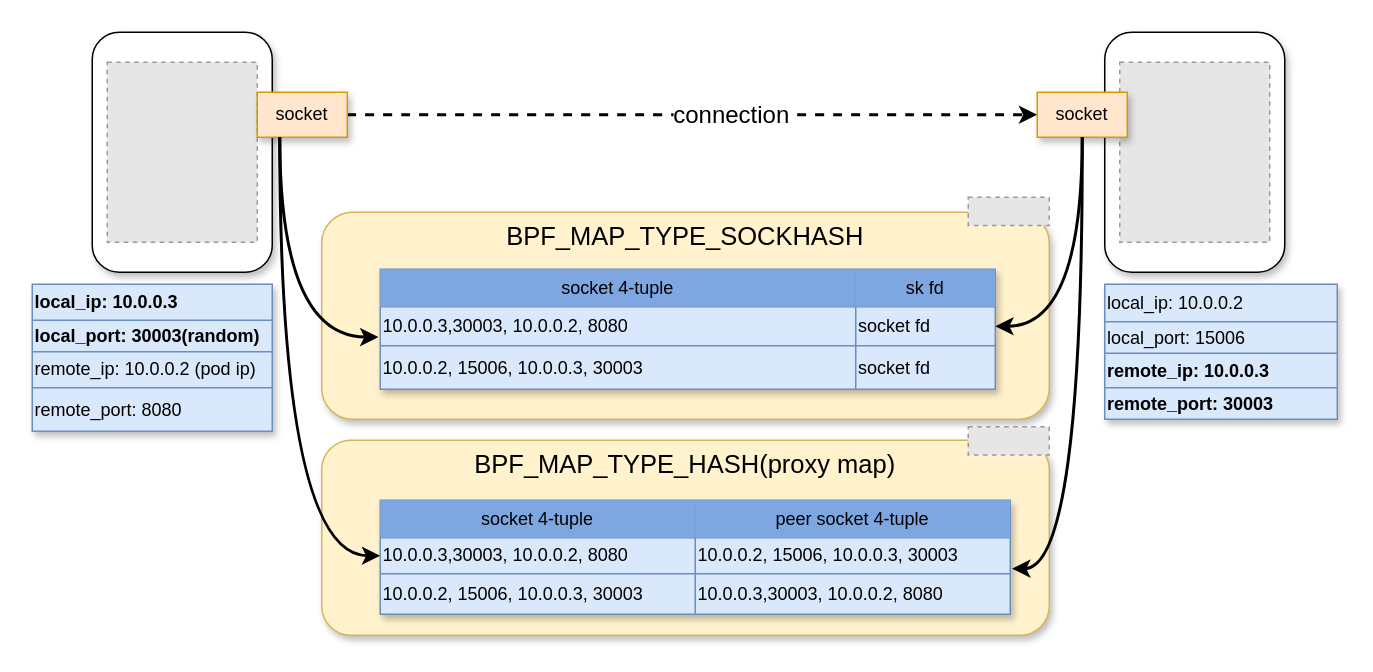
Above: istio_dataflow/ingress_egress_envoy_to_envoy/Envoy_to_envoy_accelerat.drawio in LuyaoZhong/Documents (draw.io), before the change. Source tidied: cells renumbered, new cells numbered last; positions are measured from the earlier drawing's top-left corner, leaving out a move shared by most shapes. Both pictures are drawn from the tidied source at 150%, with x=0, y=0 at pixel (32, 32). Pictures stored in the file or linked from it are replaced by grey dashed boxes.
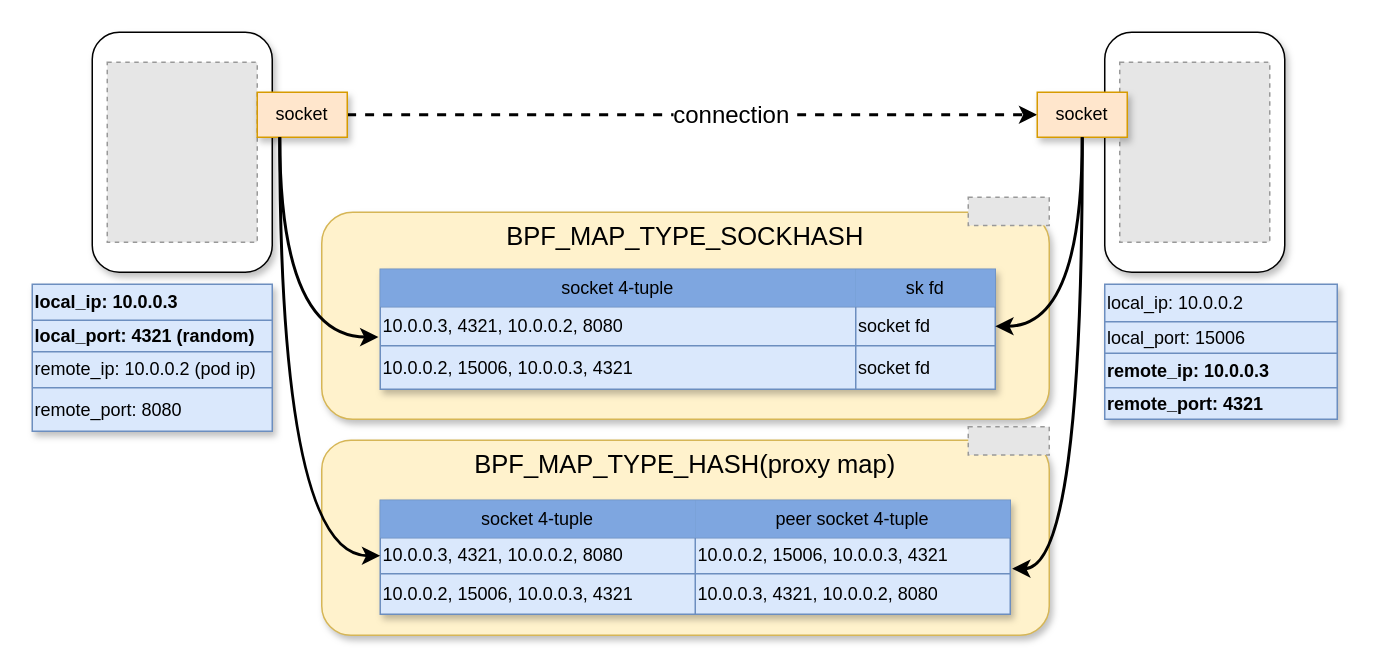
Above is the later version.

The change refers to these unchanged cells:
```xml
<mxCell id="18" style="shape=partialRectangle;html=1;whiteSpace=wrap;fillColor=none;top=0;left=0;bottom=0;right=0;" parent="11" vertex="1">
  <mxGeometry y="69" width="155" height="21" as="geometry" />
</mxCell>
<mxCell id="25" style="shape=partialRectangle;html=1;whiteSpace=wrap;fillColor=none;top=0;left=0;bottom=0;right=0;points=[[0,0.5],[1,0.5]];portConstraint=eastwest;" parent="21" vertex="1">
  <mxGeometry y="25" width="420" height="24" as="geometry" />
</mxCell>
<mxCell id="28" style="shape=partialRectangle;html=1;whiteSpace=wrap;fillColor=none;top=0;left=0;bottom=0;right=0;" parent="21" vertex="1">
  <mxGeometry y="49" width="420" height="27" as="geometry" />
</mxCell>
<mxCell id="34" style="shape=partialRectangle;html=1;whiteSpace=wrap;fillColor=none;top=0;left=0;bottom=0;right=0;" parent="31" vertex="1">
  <mxGeometry y="24" width="160" height="21" as="geometry" />
</mxCell>
<mxCell id="44" style="shape=partialRectangle;html=1;whiteSpace=wrap;fillColor=none;top=0;left=0;bottom=0;right=0;points=[[0,0.5],[1,0.5]];portConstraint=eastwest;" parent="40" vertex="1">
  <mxGeometry y="25" width="410" height="26" as="geometry" />
</mxCell>
<mxCell id="47" style="shape=partialRectangle;html=1;whiteSpace=wrap;fillColor=none;top=0;left=0;bottom=0;right=0;points=[[0,0.5],[1,0.5]];portConstraint=eastwest;" parent="40" vertex="1">
  <mxGeometry y="51" width="410" height="29" as="geometry" />
</mxCell>
```

Change to the diagram source:
```diff
@@
-    <mxCell id="19" value="remote_port: 30003" style="shape=partialRectangle;html=1;whiteSpace=wrap;overflow=hidden;fillColor=none;top=0;left=0;bottom=0;right=0;align=left;fontStyle=1;" parent="18" vertex="1">
+    <mxCell id="19" value="remote_port: 4321" style="shape=partialRectangle;html=1;whiteSpace=wrap;overflow=hidden;fillColor=none;top=0;left=0;bottom=0;right=0;align=left;fontStyle=1;" parent="18" vertex="1">
       <mxGeometry width="155" height="21" as="geometry" />
     </mxCell>
@@
-    <mxCell id="26" value="&lt;span&gt;10.0.0.3,30003, 10.0.0.2, 8080&lt;/span&gt;" style="shape=partialRectangle;html=1;whiteSpace=wrap;overflow=hidden;fillColor=none;top=0;left=0;bottom=0;right=0;align=left;" parent="25" vertex="1">
+    <mxCell id="26" value="&lt;span&gt;10.0.0.3, 4321, 10.0.0.2, 8080&lt;/span&gt;" style="shape=partialRectangle;html=1;whiteSpace=wrap;overflow=hidden;fillColor=none;top=0;left=0;bottom=0;right=0;align=left;" parent="25" vertex="1">
       <mxGeometry width="210" height="24" as="geometry" />
     </mxCell>
-    <mxCell id="27" value="&lt;span&gt;10.0.0.2, 15006, 10.0.0.3, 30003&lt;/span&gt;" style="shape=partialRectangle;html=1;whiteSpace=wrap;overflow=hidden;fillColor=none;top=0;left=0;bottom=0;right=0;align=left;" parent="25" vertex="1">
+    <mxCell id="27" value="&lt;span&gt;10.0.0.2, 15006, 10.0.0.3, 4321&lt;/span&gt;" style="shape=partialRectangle;html=1;whiteSpace=wrap;overflow=hidden;fillColor=none;top=0;left=0;bottom=0;right=0;align=left;" parent="25" vertex="1">
       <mxGeometry x="210" width="210" height="24" as="geometry" />
     </mxCell>
@@
-    <mxCell id="29" value="&lt;span&gt;10.0.0.2, 15006, 10.0.0.3, 30003&lt;/span&gt;" style="shape=partialRectangle;html=1;whiteSpace=wrap;overflow=hidden;fillColor=none;top=0;left=0;bottom=0;right=0;align=left;" parent="28" vertex="1">
+    <mxCell id="29" value="&lt;span&gt;10.0.0.2, 15006, 10.0.0.3, 4321&lt;/span&gt;" style="shape=partialRectangle;html=1;whiteSpace=wrap;overflow=hidden;fillColor=none;top=0;left=0;bottom=0;right=0;align=left;" parent="28" vertex="1">
       <mxGeometry width="210" height="27" as="geometry" />
     </mxCell>
-    <mxCell id="30" value="&lt;span&gt;10.0.0.3,30003, 10.0.0.2, 8080&lt;/span&gt;" style="shape=partialRectangle;html=1;whiteSpace=wrap;overflow=hidden;fillColor=none;top=0;left=0;bottom=0;right=0;align=left;" parent="28" vertex="1">
+    <mxCell id="30" value="&lt;span&gt;10.0.0.3, 4321, 10.0.0.2, 8080&lt;/span&gt;" style="shape=partialRectangle;html=1;whiteSpace=wrap;overflow=hidden;fillColor=none;top=0;left=0;bottom=0;right=0;align=left;" parent="28" vertex="1">
       <mxGeometry x="210" width="210" height="27" as="geometry" />
     </mxCell>
@@
-    <mxCell id="35" value="local_port: 30003(random)" style="shape=partialRectangle;html=1;whiteSpace=wrap;overflow=hidden;fillColor=none;top=0;left=0;bottom=0;right=0;align=left;fontStyle=1;" parent="34" vertex="1">
+    <mxCell id="35" value="local_port: 4321 (random)" style="shape=partialRectangle;html=1;whiteSpace=wrap;overflow=hidden;fillColor=none;top=0;left=0;bottom=0;right=0;align=left;fontStyle=1;" parent="34" vertex="1">
       <mxGeometry width="160" height="21" as="geometry" />
     </mxCell>
@@
-    <mxCell id="45" value="10.0.0.3,30003, 10.0.0.2, 8080" style="shape=partialRectangle;html=1;whiteSpace=wrap;overflow=hidden;fillColor=none;top=0;left=0;bottom=0;right=0;align=left;" parent="44" vertex="1">
+    <mxCell id="45" value="10.0.0.3, 4321, 10.0.0.2, 8080" style="shape=partialRectangle;html=1;whiteSpace=wrap;overflow=hidden;fillColor=none;top=0;left=0;bottom=0;right=0;align=left;" parent="44" vertex="1">
       <mxGeometry width="317" height="26" as="geometry" />
     </mxCell>
@@
-    <mxCell id="48" value="10.0.0.2, 15006, 10.0.0.3, 30003" style="shape=partialRectangle;html=1;whiteSpace=wrap;overflow=hidden;fillColor=none;top=0;left=0;bottom=0;right=0;align=left;" parent="47" vertex="1">
+    <mxCell id="48" value="10.0.0.2, 15006, 10.0.0.3, 4321" style="shape=partialRectangle;html=1;whiteSpace=wrap;overflow=hidden;fillColor=none;top=0;left=0;bottom=0;right=0;align=left;" parent="47" vertex="1">
       <mxGeometry width="317" height="29" as="geometry" />
     </mxCell>
```
